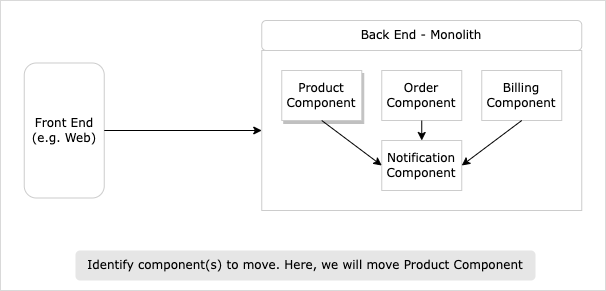
Before: diagrams/strangler-fig-identify-component.png, a diagram exported from draw.io (shahzadhuq/modernization-decomposing-monolith). Source tidied: cells renumbered, new cells last; positions are measured from the earlier drawing's top-left corner, leaving out a move shared by most shapes. Its diagram source:
```xml
<mxGraphModel>
  <root>
    <mxCell id="0" />
    <mxCell id="1" parent="0" />
    <mxCell id="2" style="rounded=0;whiteSpace=wrap;html=1;strokeColor=#B3B3B3;fillColor=default;strokeWidth=1;dashed=1;dashPattern=1 1;shadow=0;fontFamily=Verdana;" parent="1" vertex="1">
      <mxGeometry width="605" height="290" as="geometry" />
    </mxCell>
    <mxCell id="3" style="rounded=0;whiteSpace=wrap;html=1;strokeColor=#CCCCCC;fontFamily=Verdana;" parent="1" vertex="1">
      <mxGeometry x="261.2" y="50" width="320" height="160" as="geometry" />
    </mxCell>
    <mxCell id="4" value="Front End (e.g. Web)" style="text;html=1;strokeColor=#CCCCCC;fillColor=default;align=center;verticalAlign=middle;whiteSpace=wrap;rounded=1;shadow=0;fontFamily=Verdana;" parent="1" vertex="1">
      <mxGeometry x="23.8" y="62.5" width="80" height="135" as="geometry" />
    </mxCell>
    <mxCell id="5" value="Back End - Monolith" style="text;html=1;strokeColor=#CCCCCC;fillColor=default;align=center;verticalAlign=middle;whiteSpace=wrap;rounded=1;shadow=0;fontFamily=Verdana;" parent="1" vertex="1">
      <mxGeometry x="261.2" y="20" width="320" height="30" as="geometry" />
    </mxCell>
    <mxCell id="6" value="Product Component" style="rounded=0;whiteSpace=wrap;html=1;strokeColor=#CCCCCC;fillColor=default;shadow=1;fontFamily=Verdana;" parent="1" vertex="1">
      <mxGeometry x="281.2" y="70" width="80" height="50" as="geometry" />
    </mxCell>
    <mxCell id="7" value="Order Component" style="rounded=0;whiteSpace=wrap;html=1;strokeColor=#CCCCCC;fillColor=default;fontFamily=Verdana;" parent="1" vertex="1">
      <mxGeometry x="381.2" y="70" width="80" height="50" as="geometry" />
    </mxCell>
    <mxCell id="8" value="Billing Component" style="rounded=0;whiteSpace=wrap;html=1;strokeColor=#CCCCCC;fillColor=default;fontFamily=Verdana;" parent="1" vertex="1">
      <mxGeometry x="481.2" y="70" width="80" height="50" as="geometry" />
    </mxCell>
    <mxCell id="9" value="Notification Component" style="rounded=0;whiteSpace=wrap;html=1;strokeColor=#CCCCCC;fillColor=default;fontFamily=Verdana;" parent="1" vertex="1">
      <mxGeometry x="381.2" y="140" width="80" height="50" as="geometry" />
    </mxCell>
    <mxCell id="10" style="endArrow=classic;html=1;rounded=0;exitX=0.5;exitY=1;exitDx=0;exitDy=0;entryX=0;entryY=0.5;entryDx=0;entryDy=0;fontFamily=Verdana;" parent="1" edge="1" source="6" target="9">
      <mxGeometry relative="1" as="geometry" />
    </mxCell>
    <mxCell id="11" style="endArrow=classic;html=1;rounded=0;exitX=0.5;exitY=1;exitDx=0;exitDy=0;entryX=0.5;entryY=0;entryDx=0;entryDy=0;fontFamily=Verdana;" parent="1" edge="1" source="7" target="9">
      <mxGeometry relative="1" as="geometry" />
    </mxCell>
    <mxCell id="12" style="endArrow=classic;html=1;rounded=0;exitX=0.5;exitY=1;exitDx=0;exitDy=0;entryX=1;entryY=0.5;entryDx=0;entryDy=0;fontFamily=Verdana;" parent="1" edge="1" source="8" target="9">
      <mxGeometry relative="1" as="geometry" />
    </mxCell>
    <mxCell id="13" style="endArrow=classic;html=1;rounded=0;entryX=0;entryY=0.5;entryDx=0;entryDy=0;exitX=1;exitY=0.5;exitDx=0;exitDy=0;fontFamily=Verdana;" parent="1" edge="1" source="4" target="3">
      <mxGeometry relative="1" as="geometry" />
    </mxCell>
    <mxCell id="14" value="Identify component(s) to move. Here, we will move Product Component" style="text;html=1;strokeColor=none;fillColor=#E6E6E6;align=center;verticalAlign=middle;whiteSpace=wrap;rounded=1;shadow=0;perimeterSpacing=0;spacing=7;fontFamily=Verdana;" parent="1" vertex="1">
      <mxGeometry x="75" y="250" width="460" height="30" as="geometry" />
    </mxCell>
  </root>
</mxGraphModel>
```
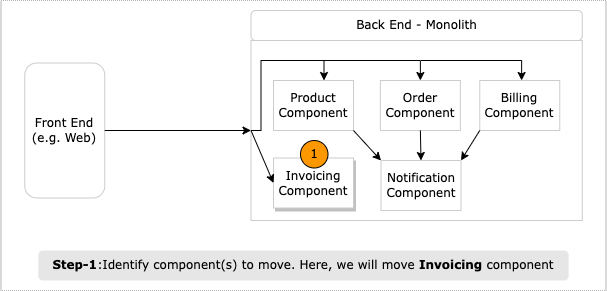
The same diagram one commit later.

Commit message:
[v2-WIP] - updating strangler fig section.

The edit, as a diff of the source:
```diff
@@ -3,43 +3,72 @@
     <mxCell id="0" />
     <mxCell id="1" parent="0" />
     <mxCell id="2" style="rounded=0;whiteSpace=wrap;html=1;strokeColor=#B3B3B3;fillColor=default;strokeWidth=1;dashed=1;dashPattern=1 1;shadow=0;fontFamily=Verdana;" parent="1" vertex="1">
-      <mxGeometry width="605" height="290" as="geometry" />
+      <mxGeometry x="0.5" y="260" width="605" height="290" as="geometry" />
     </mxCell>
     <mxCell id="3" style="rounded=0;whiteSpace=wrap;html=1;strokeColor=#CCCCCC;fontFamily=Verdana;" parent="1" vertex="1">
-      <mxGeometry x="261.2" y="50" width="320" height="160" as="geometry" />
+      <mxGeometry x="250.5" y="300" width="331.2" height="180" as="geometry" />
     </mxCell>
     <mxCell id="4" value="Front End (e.g. Web)" style="text;html=1;strokeColor=#CCCCCC;fillColor=default;align=center;verticalAlign=middle;whiteSpace=wrap;rounded=1;shadow=0;fontFamily=Verdana;" parent="1" vertex="1">
-      <mxGeometry x="23.8" y="62.5" width="80" height="135" as="geometry" />
+      <mxGeometry x="24.2" y="322.5" width="80" height="135" as="geometry" />
     </mxCell>
     <mxCell id="5" value="Back End - Monolith" style="text;html=1;strokeColor=#CCCCCC;fillColor=default;align=center;verticalAlign=middle;whiteSpace=wrap;rounded=1;shadow=0;fontFamily=Verdana;" parent="1" vertex="1">
-      <mxGeometry x="261.2" y="20" width="320" height="30" as="geometry" />
+      <mxGeometry x="250.5" y="270" width="331.2" height="30" as="geometry" />
     </mxCell>
-    <mxCell id="6" value="Product Component" style="rounded=0;whiteSpace=wrap;html=1;strokeColor=#CCCCCC;fillColor=default;shadow=1;fontFamily=Verdana;" parent="1" vertex="1">
-      <mxGeometry x="281.2" y="70" width="80" height="50" as="geometry" />
+    <mxCell id="6" value="Product Component" style="rounded=0;whiteSpace=wrap;html=1;strokeColor=#CCCCCC;fillColor=default;shadow=0;fontFamily=Verdana;" parent="1" vertex="1">
+      <mxGeometry x="273" y="340" width="80" height="50" as="geometry" />
     </mxCell>
     <mxCell id="7" value="Order Component" style="rounded=0;whiteSpace=wrap;html=1;strokeColor=#CCCCCC;fillColor=default;fontFamily=Verdana;" parent="1" vertex="1">
-      <mxGeometry x="381.2" y="70" width="80" height="50" as="geometry" />
+      <mxGeometry x="379.9" y="340" width="80" height="50" as="geometry" />
     </mxCell>
     <mxCell id="8" value="Billing Component" style="rounded=0;whiteSpace=wrap;html=1;strokeColor=#CCCCCC;fillColor=default;fontFamily=Verdana;" parent="1" vertex="1">
-      <mxGeometry x="481.2" y="70" width="80" height="50" as="geometry" />
+      <mxGeometry x="479.2" y="340" width="80" height="50" as="geometry" />
     </mxCell>
     <mxCell id="9" value="Notification Component" style="rounded=0;whiteSpace=wrap;html=1;strokeColor=#CCCCCC;fillColor=default;fontFamily=Verdana;" parent="1" vertex="1">
-      <mxGeometry x="381.2" y="140" width="80" height="50" as="geometry" />
+      <mxGeometry x="380.5" y="420" width="80" height="50" as="geometry" />
     </mxCell>
-    <mxCell id="10" style="endArrow=classic;html=1;rounded=0;exitX=0.5;exitY=1;exitDx=0;exitDy=0;entryX=0;entryY=0.5;entryDx=0;entryDy=0;fontFamily=Verdana;" parent="1" edge="1" source="6" target="9">
+    <mxCell id="10" style="endArrow=classic;html=1;rounded=0;exitX=1;exitY=1;exitDx=0;exitDy=0;entryX=0;entryY=0;entryDx=0;entryDy=0;fontFamily=Verdana;" parent="1" edge="1" source="6" target="9">
       <mxGeometry relative="1" as="geometry" />
     </mxCell>
     <mxCell id="11" style="endArrow=classic;html=1;rounded=0;exitX=0.5;exitY=1;exitDx=0;exitDy=0;entryX=0.5;entryY=0;entryDx=0;entryDy=0;fontFamily=Verdana;" parent="1" edge="1" source="7" target="9">
       <mxGeometry relative="1" as="geometry" />
     </mxCell>
-    <mxCell id="12" style="endArrow=classic;html=1;rounded=0;exitX=0.5;exitY=1;exitDx=0;exitDy=0;entryX=1;entryY=0.5;entryDx=0;entryDy=0;fontFamily=Verdana;" parent="1" edge="1" source="8" target="9">
+    <mxCell id="12" style="endArrow=classic;html=1;rounded=0;exitX=0;exitY=1;exitDx=0;exitDy=0;entryX=1;entryY=0;entryDx=0;entryDy=0;fontFamily=Verdana;" parent="1" edge="1" source="8" target="9">
       <mxGeometry relative="1" as="geometry" />
     </mxCell>
     <mxCell id="13" style="endArrow=classic;html=1;rounded=0;entryX=0;entryY=0.5;entryDx=0;entryDy=0;exitX=1;exitY=0.5;exitDx=0;exitDy=0;fontFamily=Verdana;" parent="1" edge="1" source="4" target="3">
       <mxGeometry relative="1" as="geometry" />
     </mxCell>
-    <mxCell id="14" value="Identify component(s) to move. Here, we will move Product Component" style="text;html=1;strokeColor=none;fillColor=#E6E6E6;align=center;verticalAlign=middle;whiteSpace=wrap;rounded=1;shadow=0;perimeterSpacing=0;spacing=7;fontFamily=Verdana;" parent="1" vertex="1">
-      <mxGeometry x="75" y="250" width="460" height="30" as="geometry" />
+    <mxCell id="14" value="&lt;b&gt;Step-1&lt;/b&gt;:Identify component(s) to move. Here, we will move &lt;b&gt;Invoicing&lt;/b&gt; component" style="text;html=1;strokeColor=none;fillColor=#E6E6E6;align=center;verticalAlign=middle;whiteSpace=wrap;rounded=1;shadow=0;perimeterSpacing=0;spacing=7;fontFamily=Verdana;" parent="1" vertex="1">
+      <mxGeometry x="37.9" y="510" width="530.2" height="30" as="geometry" />
     </mxCell>
+    <mxCell id="15" style="endArrow=classic;html=1;rounded=0;exitX=0;exitY=0.5;exitDx=0;exitDy=0;fontFamily=Verdana;edgeStyle=orthogonalEdgeStyle;" parent="1" edge="1" source="3" target="6">
+      <mxGeometry relative="1" as="geometry">
+        <Array as="points">
+          <mxPoint x="260.5" y="390" />
+          <mxPoint x="260.5" y="320" />
+          <mxPoint x="323.5" y="320" />
+        </Array>
+      </mxGeometry>
+    </mxCell>
+    <mxCell id="16" style="endArrow=classic;html=1;rounded=0;entryX=0.5;entryY=0;entryDx=0;entryDy=0;fontFamily=Verdana;edgeStyle=orthogonalEdgeStyle;" parent="1" edge="1" target="7">
+      <mxGeometry relative="1" as="geometry">
+        <mxPoint x="320.5" y="320" as="sourcePoint" />
+      </mxGeometry>
+    </mxCell>
+    <mxCell id="17" style="endArrow=classic;html=1;rounded=0;entryX=0.5;entryY=0;entryDx=0;entryDy=0;fontFamily=Verdana;edgeStyle=orthogonalEdgeStyle;" parent="1" edge="1">
+      <mxGeometry relative="1" as="geometry">
+        <mxPoint x="420.5" y="320" as="sourcePoint" />
+        <mxPoint x="521.1" y="340" as="targetPoint" />
+      </mxGeometry>
+    </mxCell>
+    <mxCell id="18" value="Invoicing Component" style="rounded=0;whiteSpace=wrap;html=1;strokeColor=#CCCCCC;fillColor=default;shadow=1;fontFamily=Verdana;" parent="1" vertex="1">
+      <mxGeometry x="273" y="417.5" width="80" height="50" as="geometry" />
+    </mxCell>
+    <mxCell id="19" style="endArrow=classic;html=1;rounded=0;fontFamily=Verdana;entryX=0;entryY=0.5;entryDx=0;entryDy=0;exitX=0;exitY=0.5;exitDx=0;exitDy=0;" parent="1" edge="1" source="3" target="18">
+      <mxGeometry relative="1" as="geometry" />
+    </mxCell>
+    <mxCell id="20" value="1" style="ellipse;whiteSpace=wrap;html=1;fillColor=#FE9800;fontFamily=Verdana;" parent="1" vertex="1">
+      <mxGeometry x="300" y="400" width="27.5" height="27.5" as="geometry" />
+    </mxCell>
   </root>
 </mxGraphModel>
```
